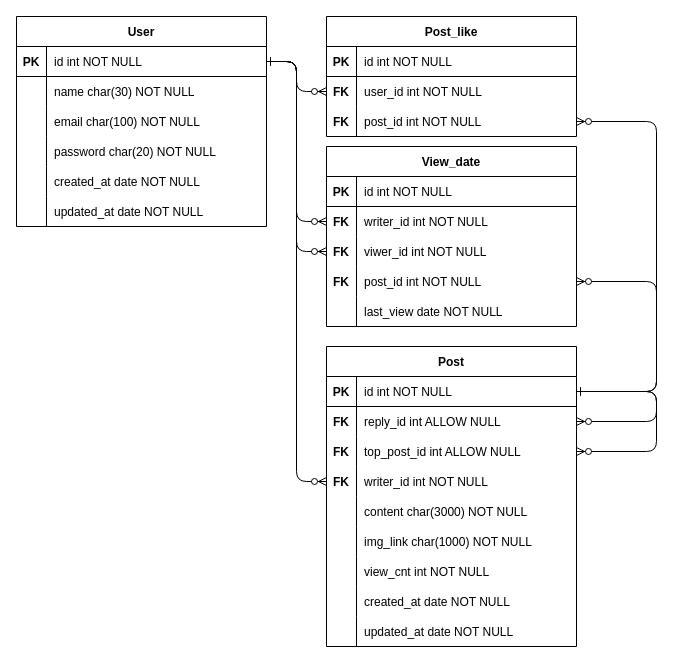
This is erd.drawio from web5-kimgangmoon/cloneCoding4, a draw.io file, before an edit. Source tidied: cells renumbered, new cells numbered last; positions are measured from the earlier drawing's top-left corner, leaving out a move shared by most shapes. Both pictures are drawn from the tidied source at 100%, with x=0, y=0 at pixel (16, 16).
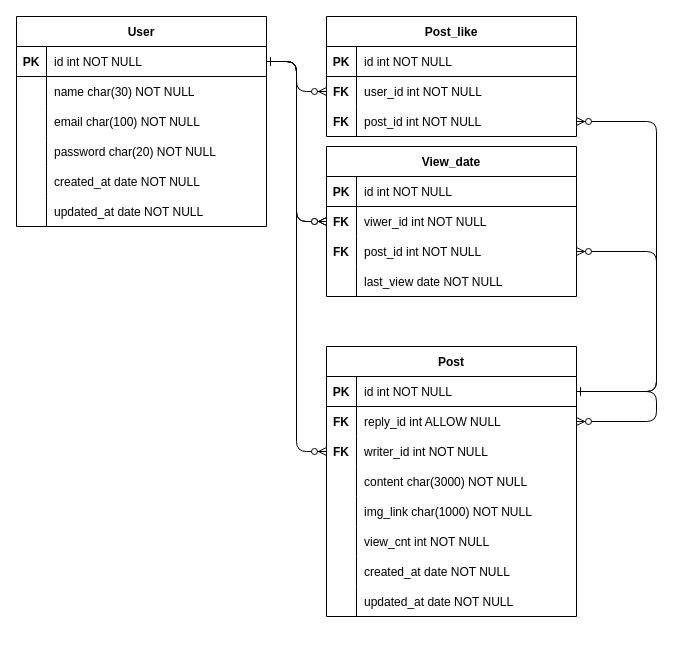
Above is the later version.

The change refers to these unchanged cells:
```xml
<mxCell id="4" style="shape=partialRectangle;fillColor=none;points=[[0,0.5],[1,0.5]];portConstraint=eastwest;top=0;left=0;right=0;bottom=1;" parent="3" vertex="1">
  <mxGeometry y="30" width="250" height="30" as="geometry" />
</mxCell>
<mxCell id="33" style="shape=partialRectangle;fillColor=none;points=[[0,0.5],[1,0.5]];portConstraint=eastwest;top=0;left=0;right=0;bottom=1;" parent="32" vertex="1">
  <mxGeometry y="30" width="250" height="30" as="geometry" />
</mxCell>
```

The edit, as a diff of the source:
```diff
@@
     <mxCell id="32" value="Post" style="shape=table;startSize=30;childLayout=tableLayout;rowLines=0;fontStyle=1;align=center;" parent="1" vertex="1">
-      <mxGeometry x="310" y="330" width="250" height="300" as="geometry" />
+      <mxGeometry x="310" y="330" width="250" height="270" as="geometry" />
     </mxCell>
@@
-    <mxCell id="39" style="shape=partialRectangle;fillColor=none;points=[[0,0.5],[1,0.5]];portConstraint=eastwest;top=0;left=0;right=0;bottom=0;" parent="32" vertex="1">
-      <mxGeometry y="90" width="250" height="30" as="geometry" />
-    </mxCell>
-    <mxCell id="40" value="FK" style="shape=partialRectangle;overflow=hidden;fillColor=none;top=0;left=0;bottom=0;right=0;fontStyle=1;" parent="39" vertex="1">
-      <mxGeometry width="30" height="30" as="geometry" />
-    </mxCell>
-    <mxCell id="41" value="top_post_id int ALLOW NULL" style="shape=partialRectangle;overflow=hidden;fillColor=none;top=0;left=0;bottom=0;right=0;align=left;spacingLeft=6;" parent="39" vertex="1">
-      <mxGeometry x="30" width="220" height="30" as="geometry" />
-    </mxCell>
     <mxCell id="42" style="shape=partialRectangle;fillColor=none;points=[[0,0.5],[1,0.5]];portConstraint=eastwest;top=0;left=0;right=0;bottom=0;" parent="32" vertex="1">
-      <mxGeometry y="120" width="250" height="30" as="geometry" />
+      <mxGeometry y="90" width="250" height="30" as="geometry" />
     </mxCell>
@@
     <mxCell id="45" style="shape=partialRectangle;fillColor=none;top=0;left=0;right=0;bottom=0;" parent="32" vertex="1">
-      <mxGeometry y="150" width="250" height="30" as="geometry" />
+      <mxGeometry y="120" width="250" height="30" as="geometry" />
     </mxCell>
@@
     <mxCell id="48" style="shape=partialRectangle;fillColor=none;top=0;left=0;right=0;bottom=0;" parent="32" vertex="1">
-      <mxGeometry y="180" width="250" height="30" as="geometry" />
+      <mxGeometry y="150" width="250" height="30" as="geometry" />
     </mxCell>
@@
     <mxCell id="51" style="shape=partialRectangle;fillColor=none;top=0;left=0;right=0;bottom=0;" parent="32" vertex="1">
-      <mxGeometry y="210" width="250" height="30" as="geometry" />
+      <mxGeometry y="180" width="250" height="30" as="geometry" />
     </mxCell>
@@
     <mxCell id="54" style="shape=partialRectangle;fillColor=none;top=0;left=0;right=0;bottom=0;" parent="32" vertex="1">
-      <mxGeometry y="240" width="250" height="30" as="geometry" />
+      <mxGeometry y="210" width="250" height="30" as="geometry" />
     </mxCell>
@@
     <mxCell id="57" style="shape=partialRectangle;fillColor=none;top=0;left=0;right=0;bottom=0;" parent="32" vertex="1">
-      <mxGeometry y="270" width="250" height="30" as="geometry" />
+      <mxGeometry y="240" width="250" height="30" as="geometry" />
     </mxCell>
@@
-    <mxCell id="61" style="edgeStyle=elbowEdgeStyle;endArrow=ERzeroToMany;startArrow=ERone;endFill=1;startFill=0;" parent="32" edge="1" source="33" target="39">
-      <mxGeometry relative="1" as="geometry">
-        <Array as="points">
-          <mxPoint x="330" y="70" />
-        </Array>
-      </mxGeometry>
-    </mxCell>
     <mxCell id="62" value="View_date" style="shape=table;startSize=30;childLayout=tableLayout;rowLines=0;fontStyle=1;align=center;" parent="1" vertex="1">
-      <mxGeometry x="310" y="130" width="250" height="180" as="geometry" />
+      <mxGeometry x="310" y="130" width="250" height="150" as="geometry" />
     </mxCell>
@@
-    <mxCell id="66" style="shape=partialRectangle;fillColor=none;points=[[0,0.5],[1,0.5]];portConstraint=eastwest;top=0;left=0;right=0;bottom=0;" parent="62" vertex="1">
-      <mxGeometry y="60" width="250" height="30" as="geometry" />
-    </mxCell>
-    <mxCell id="67" value="FK" style="shape=partialRectangle;overflow=hidden;fillColor=none;top=0;left=0;bottom=0;right=0;fontStyle=1;" parent="66" vertex="1">
-      <mxGeometry width="30" height="30" as="geometry" />
-    </mxCell>
-    <mxCell id="68" value="writer_id int NOT NULL" style="shape=partialRectangle;overflow=hidden;fillColor=none;top=0;left=0;bottom=0;right=0;align=left;spacingLeft=6;" parent="66" vertex="1">
-      <mxGeometry x="30" width="220" height="30" as="geometry" />
-    </mxCell>
     <mxCell id="69" style="shape=partialRectangle;fillColor=none;points=[[0,0.5],[1,0.5]];portConstraint=eastwest;top=0;left=0;right=0;bottom=0;" parent="62" vertex="1">
-      <mxGeometry y="90" width="250" height="30" as="geometry" />
+      <mxGeometry y="60" width="250" height="30" as="geometry" />
     </mxCell>
@@
     <mxCell id="72" style="shape=partialRectangle;fillColor=none;points=[[0,0.5],[1,0.5]];portConstraint=eastwest;top=0;left=0;right=0;bottom=0;" parent="62" vertex="1">
-      <mxGeometry y="120" width="250" height="30" as="geometry" />
+      <mxGeometry y="90" width="250" height="30" as="geometry" />
     </mxCell>
@@
     <mxCell id="75" style="shape=partialRectangle;fillColor=none;top=0;left=0;right=0;bottom=0;" parent="62" vertex="1">
-      <mxGeometry y="150" width="250" height="30" as="geometry" />
+      <mxGeometry y="120" width="250" height="30" as="geometry" />
     </mxCell>
@@
-    <mxCell id="80" style="edgeStyle=elbowEdgeStyle;endArrow=ERzeroToMany;startArrow=ERone;endFill=1;startFill=0;" parent="1" edge="1" source="4" target="66">
-      <mxGeometry relative="1" as="geometry" />
+    <mxCell id="80" style="edgeStyle=elbowEdgeStyle;endArrow=ERzeroToMany;startArrow=ERone;endFill=1;startFill=0;" parent="1" edge="1" source="4">
+      <mxGeometry relative="1" as="geometry">
+        <mxPoint x="310" y="205" as="targetPoint" />
+      </mxGeometry>
     </mxCell>
```
